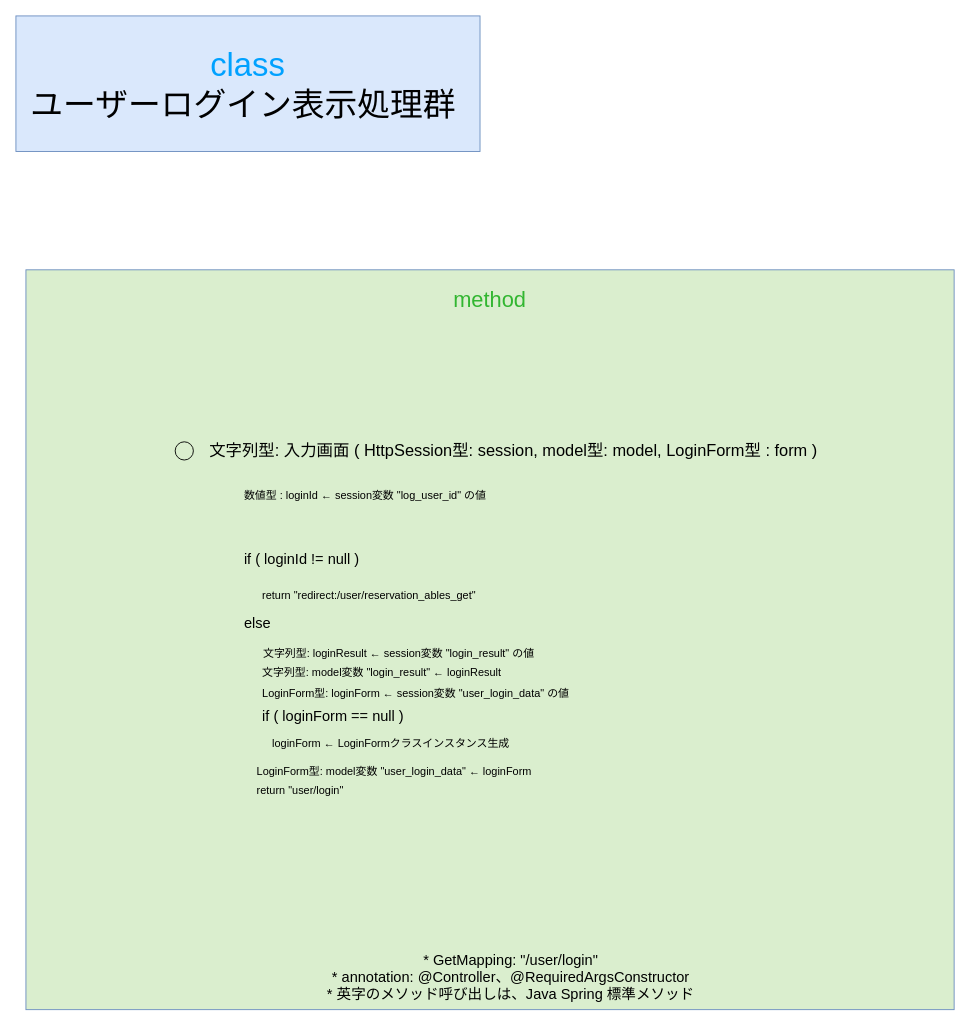
Earlier version of the draw.io diagram gijigengo/controller/view/user/meeting_reservation_sys controller_view_user LoginViewControllerクラス 疑似言語.drawio (tro319/meeting_reservation_system). Source tidied: cells renumbered, new cells numbered last; positions are measured from the earlier drawing's top-left corner, leaving out a move shared by most shapes. Both pictures are drawn from the tidied source at 91%, with x=0, y=0 at pixel (15, 15).
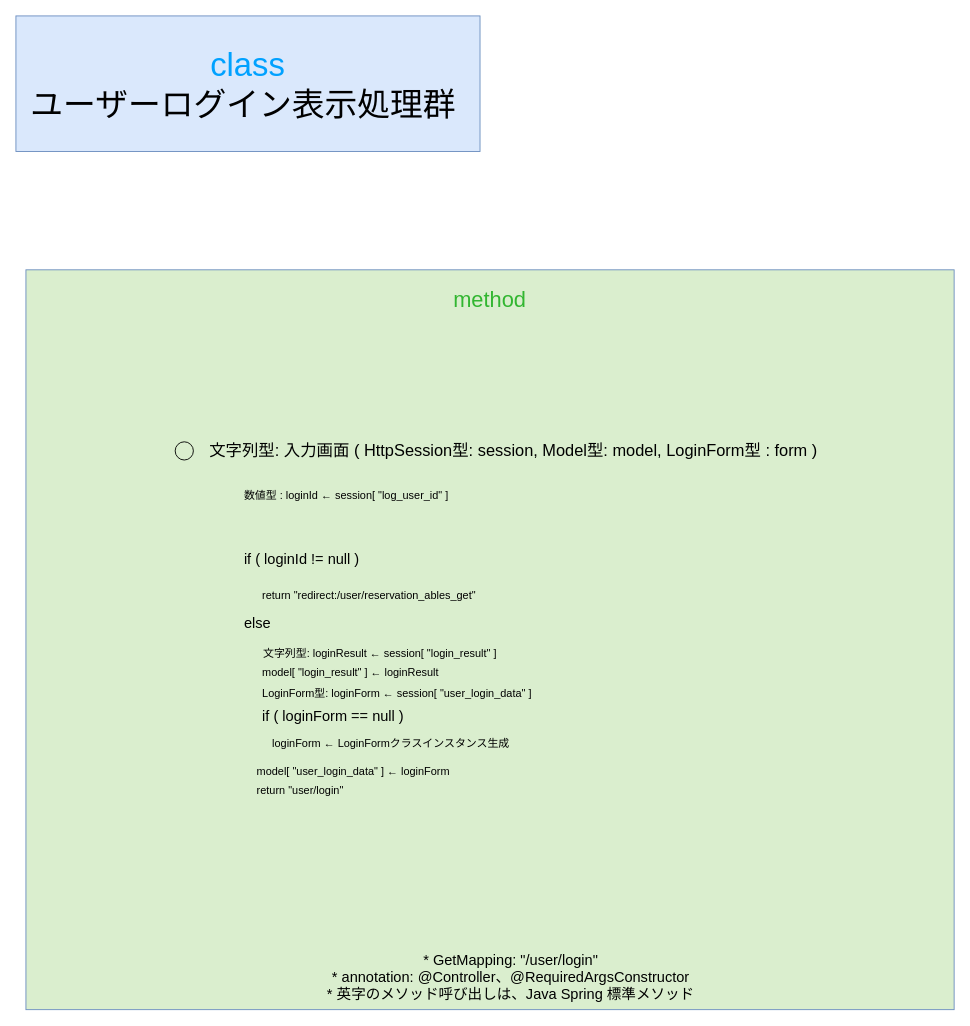
After the change.

Change to the diagram source:
```diff
@@
 <mxGraphModel>
   <root>
     <mxCell id="0" />
     <mxCell id="1" parent="0" />
     <mxCell id="2" value="&lt;div&gt;&lt;span style=&quot;color: rgb(0, 161, 255);&quot;&gt;class&lt;/span&gt;&lt;/div&gt;&lt;div&gt;ユーザーログイン表示処理群&amp;nbsp;&lt;/div&gt;" style="text;html=1;whiteSpace=wrap;strokeColor=#6c8ebf;fillColor=#dae8fc;align=center;verticalAlign=middle;rounded=0;fontSize=36;" parent="1" vertex="1">
       <mxGeometry width="510" height="149" as="geometry" />
     </mxCell>
     <mxCell id="3" value="&lt;div&gt;&lt;font style=&quot;font-size: 24px;&quot;&gt;&lt;span style=&quot;color: rgb(50, 182, 49);&quot;&gt;&lt;span style=&quot;&quot;&gt;&lt;span style=&quot;&quot;&gt;&lt;span&gt;method&lt;/span&gt;&lt;/span&gt;&lt;/span&gt;&lt;/span&gt;&lt;/font&gt;&lt;/div&gt;&lt;div&gt;&lt;font style=&quot;font-size: 24px;&quot;&gt;&lt;span style=&quot;color: rgba(0, 0, 0, 0);&quot;&gt;&lt;span style=&quot;color: rgba(0, 0, 0, 0);&quot;&gt;&lt;span style=&quot;&quot;&gt;&lt;span style=&quot;&quot;&gt;&lt;br&gt;&lt;/span&gt;&lt;/span&gt;&lt;/span&gt;&lt;/span&gt;&lt;/font&gt;&lt;/div&gt;" style="text;html=1;whiteSpace=wrap;strokeColor=#6c8ebf;fillColor=light-dark(#daeece, #214210);align=center;verticalAlign=top;rounded=0;fontSize=36;fontColor=#00A1FF;" parent="1" vertex="1">
       <mxGeometry x="11" y="279" width="1020" height="813" as="geometry" />
     </mxCell>
-    <mxCell id="4" value="&lt;div&gt;&lt;span style=&quot;color: rgb(0, 0, 0);&quot;&gt;&lt;font&gt;数値型 : loginId ←&amp;nbsp;&lt;/font&gt;&lt;/span&gt;&lt;span style=&quot;color: rgb(0, 0, 0);&quot;&gt;&lt;font&gt;session変数 &quot;log_user_id&quot; の値&lt;/font&gt;&lt;/span&gt;&lt;/div&gt;" style="text;html=1;whiteSpace=wrap;strokeColor=none;fillColor=none;align=left;verticalAlign=middle;rounded=0;fontSize=12;" parent="1" vertex="1">
+    <mxCell id="4" value="&lt;div&gt;&lt;span style=&quot;color: rgb(0, 0, 0);&quot;&gt;&lt;font&gt;数値型 : loginId ←&amp;nbsp;&lt;/font&gt;&lt;/span&gt;&lt;span style=&quot;color: rgb(0, 0, 0);&quot;&gt;&lt;font&gt;session[ &quot;log_user_id&quot; ]&lt;/font&gt;&lt;/span&gt;&lt;/div&gt;" style="text;html=1;whiteSpace=wrap;strokeColor=none;fillColor=none;align=left;verticalAlign=middle;rounded=0;fontSize=12;" parent="1" vertex="1">
       <mxGeometry x="249" y="512" width="590" height="30" as="geometry" />
     </mxCell>
     <mxCell id="5" value="&lt;div&gt;&lt;span&gt;&lt;span&gt;&lt;span style=&quot;color: rgb(0, 0, 0);&quot;&gt;&lt;font style=&quot;font-size: 16px;&quot;&gt;* GetMapping: &quot;/user/login&quot;&lt;/font&gt;&lt;/span&gt;&lt;/span&gt;&lt;/span&gt;&lt;/div&gt;&lt;div&gt;&lt;span&gt;&lt;span&gt;&lt;span style=&quot;color: rgb(0, 0, 0);&quot;&gt;&lt;font style=&quot;font-size: 16px;&quot;&gt;* annotation: @Controller、@RequiredArgsConstructor&lt;/font&gt;&lt;/span&gt;&lt;/span&gt;&lt;/span&gt;&lt;/div&gt;&lt;div&gt;&lt;span&gt;&lt;span&gt;&lt;span style=&quot;color: rgb(0, 0, 0);&quot;&gt;&lt;font style=&quot;font-size: 16px;&quot;&gt;* 英字のメソッド呼び出しは、Java Spring 標準メソッド&lt;/font&gt;&lt;/span&gt;&lt;/span&gt;&lt;/span&gt;&lt;/div&gt;" style="text;html=1;whiteSpace=wrap;strokeColor=none;fillColor=none;align=center;verticalAlign=middle;rounded=0;" parent="1" vertex="1">
       <mxGeometry x="249" y="1041" width="590" height="30" as="geometry" />
     </mxCell>
     <mxCell id="6" value="&lt;div align=&quot;left&quot;&gt;&lt;span style=&quot;color: rgb(0, 0, 0);&quot;&gt;&lt;font style=&quot;font-size: 16px;&quot;&gt;if ( loginId != null )&amp;nbsp;&lt;/font&gt;&lt;/span&gt;&lt;/div&gt;" style="text;html=1;whiteSpace=wrap;strokeColor=none;fillColor=none;align=left;verticalAlign=middle;rounded=0;" parent="1" vertex="1">
       <mxGeometry x="249" y="582" width="590" height="30" as="geometry" />
     </mxCell>
-    <mxCell id="7" value="LoginForm型: loginForm ← session変数 &quot;user_login_data&quot; の値&amp;nbsp;" style="text;html=1;whiteSpace=wrap;strokeColor=none;fillColor=none;align=left;verticalAlign=middle;rounded=0;" parent="1" vertex="1">
+    <mxCell id="7" value="LoginForm型: loginForm ← session[ &quot;user_login_data&quot; ]&amp;nbsp;" style="text;html=1;whiteSpace=wrap;strokeColor=none;fillColor=none;align=left;verticalAlign=middle;rounded=0;" parent="1" vertex="1">
       <mxGeometry x="269" y="730" width="590" height="30" as="geometry" />
     </mxCell>
     <mxCell id="8" value="return &quot;redirect:/user/reservation_ables_get&quot;" style="text;html=1;whiteSpace=wrap;strokeColor=none;fillColor=none;align=left;verticalAlign=middle;rounded=0;" parent="1" vertex="1">
       <mxGeometry x="269" y="622" width="590" height="30" as="geometry" />
     </mxCell>
     <mxCell id="9" value="&lt;div align=&quot;left&quot;&gt;&lt;span style=&quot;color: rgb(0, 0, 0);&quot;&gt;&lt;font style=&quot;font-size: 16px;&quot;&gt;else&lt;/font&gt;&lt;/span&gt;&lt;/div&gt;" style="text;html=1;whiteSpace=wrap;strokeColor=none;fillColor=none;align=left;verticalAlign=middle;rounded=0;" parent="1" vertex="1">
       <mxGeometry x="249" y="652" width="590" height="30" as="geometry" />
     </mxCell>
     <mxCell id="10" value="&lt;div align=&quot;left&quot;&gt;&lt;span style=&quot;color: rgb(0, 0, 0);&quot;&gt;&lt;font style=&quot;font-size: 16px;&quot;&gt;if ( loginForm == null )&amp;nbsp;&amp;nbsp;&lt;/font&gt;&lt;/span&gt;&lt;/div&gt;" style="text;html=1;whiteSpace=wrap;strokeColor=none;fillColor=none;align=left;verticalAlign=middle;rounded=0;" parent="1" vertex="1">
       <mxGeometry x="269" y="754" width="590" height="30" as="geometry" />
     </mxCell>
     <mxCell id="11" value="return &quot;user/login&quot;" style="text;html=1;whiteSpace=wrap;strokeColor=none;fillColor=none;align=left;verticalAlign=middle;rounded=0;" parent="1" vertex="1">
       <mxGeometry x="263" y="836" width="590" height="30" as="geometry" />
     </mxCell>
     <mxCell id="12" value="loginForm ← LoginFormクラスインスタンス生成" style="text;html=1;whiteSpace=wrap;strokeColor=none;fillColor=none;align=left;verticalAlign=middle;rounded=0;" parent="1" vertex="1">
       <mxGeometry x="280" y="785" width="590" height="30" as="geometry" />
     </mxCell>
     <mxCell id="13" value="&amp;nbsp; &amp;nbsp; &amp;nbsp; &amp;nbsp; &amp;nbsp; &amp;nbsp; &amp;nbsp;" style="ellipse;whiteSpace=wrap;html=1;fillColor=none;" parent="1" vertex="1">
       <mxGeometry x="175" y="468" width="20" height="20" as="geometry" />
     </mxCell>
-    <mxCell id="14" value="&lt;font style=&quot;font-size: 18px;&quot;&gt;&lt;span&gt;&lt;span&gt;&lt;span style=&quot;color: rgb(0, 0, 0);&quot;&gt;&lt;font&gt;文字列型: 入力画面 ( HttpSession型: session, model型: model, LoginForm型 : form )&lt;/font&gt;&lt;/span&gt;&lt;/span&gt;&lt;/span&gt;&lt;/font&gt;" style="whiteSpace=wrap;html=1;fillColor=none;labelBorderColor=none;strokeColor=none;" parent="1" vertex="1">
+    <mxCell id="14" value="&lt;font style=&quot;font-size: 18px;&quot;&gt;&lt;span&gt;&lt;span&gt;&lt;span style=&quot;color: rgb(0, 0, 0);&quot;&gt;&lt;font&gt;文字列型: 入力画面 ( HttpSession型: session, Model型: model, LoginForm型 : form )&lt;/font&gt;&lt;/span&gt;&lt;/span&gt;&lt;/span&gt;&lt;/font&gt;" style="whiteSpace=wrap;html=1;fillColor=none;labelBorderColor=none;strokeColor=none;" parent="1" vertex="1">
       <mxGeometry x="200" y="463" width="694.3" height="30" as="geometry" />
     </mxCell>
-    <mxCell id="15" value="文字列型: loginResult ← session変数 &quot;login_result&quot; の値&amp;nbsp;" style="text;html=1;whiteSpace=wrap;strokeColor=none;fillColor=none;align=left;verticalAlign=middle;rounded=0;" parent="1" vertex="1">
+    <mxCell id="15" value="文字列型: loginResult ← session[ &quot;login_result&quot; ]&amp;nbsp;" style="text;html=1;whiteSpace=wrap;strokeColor=none;fillColor=none;align=left;verticalAlign=middle;rounded=0;" parent="1" vertex="1">
       <mxGeometry x="270" y="686" width="590" height="30" as="geometry" />
     </mxCell>
-    <mxCell id="16" value="文字列型: model変数 &quot;login_result&quot; ← loginResult&amp;nbsp;" style="text;html=1;whiteSpace=wrap;strokeColor=none;fillColor=none;align=left;verticalAlign=middle;rounded=0;" parent="1" vertex="1">
+    <mxCell id="16" value="model[ &quot;login_result&quot; ] ← loginResult&amp;nbsp;" style="text;html=1;whiteSpace=wrap;strokeColor=none;fillColor=none;align=left;verticalAlign=middle;rounded=0;" parent="1" vertex="1">
       <mxGeometry x="269" y="707" width="590" height="30" as="geometry" />
     </mxCell>
-    <mxCell id="17" value="LoginForm型: model変数 &quot;user_login_data&quot; ← loginForm" style="text;html=1;whiteSpace=wrap;strokeColor=none;fillColor=none;align=left;verticalAlign=middle;rounded=0;" parent="1" vertex="1">
+    <mxCell id="17" value="model[ &quot;user_login_data&quot; ] ← loginForm" style="text;html=1;whiteSpace=wrap;strokeColor=none;fillColor=none;align=left;verticalAlign=middle;rounded=0;" parent="1" vertex="1">
       <mxGeometry x="263" y="816" width="590" height="30" as="geometry" />
     </mxCell>
   </root>
 </mxGraphModel>
```
